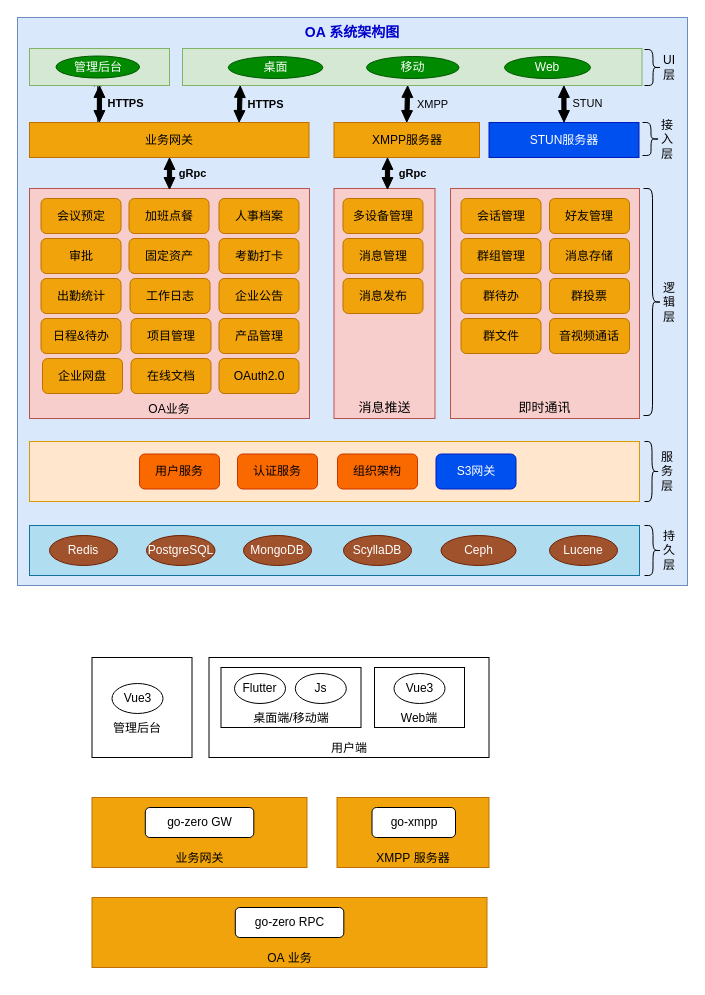
Above: page "OA架构图" (3 of 4) of StreamOA架构设计.drawio in zebra-min/my-design (draw.io), before the change. Source tidied: cells renumbered, new cells numbered last; positions are measured from the earlier drawing's top-left corner, leaving out a move shared by most shapes. Both pictures are drawn from the tidied source at 100%, with x=0, y=0 at pixel (17, 17).
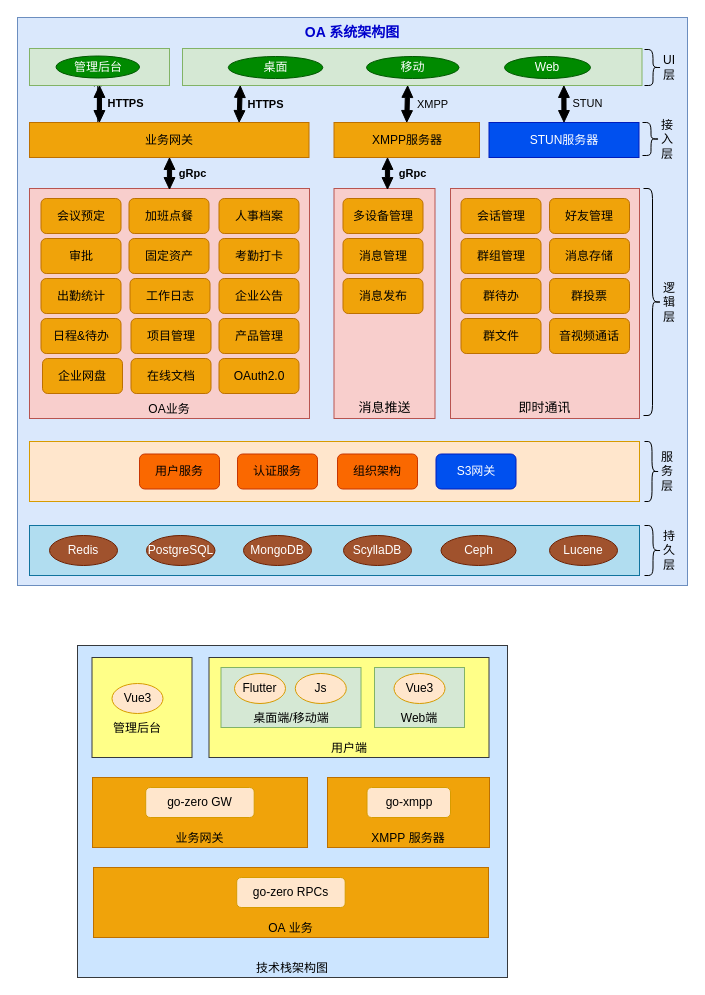
The same page after the edit.

Commit message:
更新StreamOA架构设计.drawio

Diff of the diagram source:
```diff
@@
+    <mxCell id="86" value="技术栈架构图" style="rounded=0;whiteSpace=wrap;html=1;fillColor=#cce5ff;strokeColor=#36393d;verticalAlign=bottom;" parent="1" vertex="1">
+      <mxGeometry x="60" y="628" width="430" height="332" as="geometry" />
+    </mxCell>
-    <mxCell id="2" value="用户端" style="rounded=0;whiteSpace=wrap;html=1;verticalAlign=bottom;" parent="1" vertex="1">
+    <mxCell id="2" value="用户端" style="rounded=0;whiteSpace=wrap;html=1;verticalAlign=bottom;fillColor=#ffff88;strokeColor=#36393d;" parent="1" vertex="1">
       <mxGeometry x="191.5" y="640" width="280" height="100" as="geometry" />
     </mxCell>
@@
-    <mxCell id="72" style="rounded=0;whiteSpace=wrap;html=1;verticalAlign=bottom;" parent="1" vertex="1">
+    <mxCell id="72" style="rounded=0;whiteSpace=wrap;html=1;verticalAlign=bottom;fillColor=#ffff88;strokeColor=#36393d;" parent="1" vertex="1">
       <mxGeometry x="74.5" y="640" width="100" height="100" as="geometry" />
     </mxCell>
-    <mxCell id="73" value="Vue3" style="ellipse;whiteSpace=wrap;html=1;" parent="1" vertex="1">
+    <mxCell id="73" value="Vue3" style="ellipse;whiteSpace=wrap;html=1;fillColor=#ffe6cc;strokeColor=#d79b00;" parent="1" vertex="1">
       <mxGeometry x="94.5" y="666" width="51" height="30" as="geometry" />
     </mxCell>
-    <mxCell id="74" value="桌面端/移动端" style="rounded=0;whiteSpace=wrap;html=1;verticalAlign=bottom;" parent="1" vertex="1">
+    <mxCell id="74" value="桌面端/移动端" style="rounded=0;whiteSpace=wrap;html=1;verticalAlign=bottom;fillColor=#d5e8d4;strokeColor=#82b366;" parent="1" vertex="1">
       <mxGeometry x="203.5" y="650" width="140" height="60" as="geometry" />
     </mxCell>
-    <mxCell id="75" value="Flutter" style="ellipse;whiteSpace=wrap;html=1;" parent="1" vertex="1">
+    <mxCell id="75" value="Flutter" style="ellipse;whiteSpace=wrap;html=1;fillColor=#ffe6cc;strokeColor=#d79b00;" parent="1" vertex="1">
       <mxGeometry x="217" y="656" width="51" height="30" as="geometry" />
     </mxCell>
-    <mxCell id="76" value="Js" style="ellipse;whiteSpace=wrap;html=1;" parent="1" vertex="1">
+    <mxCell id="76" value="Js" style="ellipse;whiteSpace=wrap;html=1;fillColor=#ffe6cc;strokeColor=#d79b00;" parent="1" vertex="1">
       <mxGeometry x="277.8" y="656" width="51" height="30" as="geometry" />
     </mxCell>
-    <mxCell id="77" value="Web端" style="rounded=0;whiteSpace=wrap;html=1;verticalAlign=bottom;" parent="1" vertex="1">
+    <mxCell id="77" value="Web端" style="rounded=0;whiteSpace=wrap;html=1;verticalAlign=bottom;fillColor=#d5e8d4;strokeColor=#82b366;" parent="1" vertex="1">
       <mxGeometry x="357" y="650" width="90" height="60" as="geometry" />
     </mxCell>
-    <mxCell id="78" value="Vue3" style="ellipse;whiteSpace=wrap;html=1;" parent="1" vertex="1">
+    <mxCell id="78" value="Vue3" style="ellipse;whiteSpace=wrap;html=1;fillColor=#ffe6cc;strokeColor=#d79b00;" parent="1" vertex="1">
       <mxGeometry x="376.5" y="656" width="51" height="30" as="geometry" />
     </mxCell>
@@
     <mxCell id="80" value="业务网关" style="rounded=0;whiteSpace=wrap;html=1;fillColor=#f0a30a;strokeColor=#BD7000;fontColor=#000000;verticalAlign=bottom;" parent="1" vertex="1">
-      <mxGeometry x="74.5" y="780" width="215" height="70" as="geometry" />
+      <mxGeometry x="75" y="760" width="215" height="70" as="geometry" />
     </mxCell>
-    <mxCell id="81" value="go-zero GW" style="rounded=1;whiteSpace=wrap;html=1;" parent="1" vertex="1">
-      <mxGeometry x="127.8" y="790" width="108.5" height="30" as="geometry" />
+    <mxCell id="81" value="go-zero GW" style="rounded=1;whiteSpace=wrap;html=1;fillColor=#ffe6cc;strokeColor=#d79b00;" parent="1" vertex="1">
+      <mxGeometry x="128.2" y="770" width="108.5" height="30" as="geometry" />
     </mxCell>
     <mxCell id="82" value="XMPP&amp;nbsp;服务器" style="rounded=0;whiteSpace=wrap;html=1;fillColor=#f0a30a;strokeColor=#BD7000;fontColor=#000000;verticalAlign=bottom;" parent="1" vertex="1">
-      <mxGeometry x="319.5" y="780" width="152" height="70" as="geometry" />
+      <mxGeometry x="310" y="760" width="162" height="70" as="geometry" />
     </mxCell>
-    <mxCell id="83" value="go-xmpp" style="rounded=1;whiteSpace=wrap;html=1;" parent="1" vertex="1">
-      <mxGeometry x="354.5" y="790" width="83.5" height="30" as="geometry" />
+    <mxCell id="83" value="go-xmpp" style="rounded=1;whiteSpace=wrap;html=1;fillColor=#ffe6cc;strokeColor=#d79b00;" parent="1" vertex="1">
+      <mxGeometry x="349.5" y="770" width="83.5" height="30" as="geometry" />
     </mxCell>
     <mxCell id="84" value="OA&amp;nbsp;业务" style="rounded=0;whiteSpace=wrap;html=1;fillColor=#f0a30a;fontColor=#000000;strokeColor=#BD7000;verticalAlign=bottom;" parent="1" vertex="1">
-      <mxGeometry x="74.5" y="880" width="395" height="70" as="geometry" />
+      <mxGeometry x="76" y="850" width="395" height="70" as="geometry" />
     </mxCell>
-    <mxCell id="85" value="go-zero&amp;nbsp;RPC" style="rounded=1;whiteSpace=wrap;html=1;" parent="1" vertex="1">
-      <mxGeometry x="217.8" y="890" width="108.5" height="30" as="geometry" />
+    <mxCell id="85" value="go-zero&amp;nbsp;RPCs" style="rounded=1;whiteSpace=wrap;html=1;fillColor=#ffe6cc;strokeColor=#d79b00;" parent="1" vertex="1">
+      <mxGeometry x="219.2" y="860" width="108.5" height="30" as="geometry" />
     </mxCell>
```
